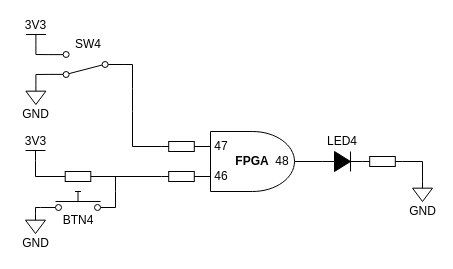
Earlier version of the draw.io diagram page "与门_实际" (8 of 12) of 多功能数字钟_实验指导书.drawio (zeandon/draw.io). Source tidied: cells renumbered, new cells numbered last; positions are measured from the earlier drawing's top-left corner, leaving out a move shared by most shapes. Both pictures are drawn from the tidied source at 100%, with x=0, y=0 at pixel (25, 29).
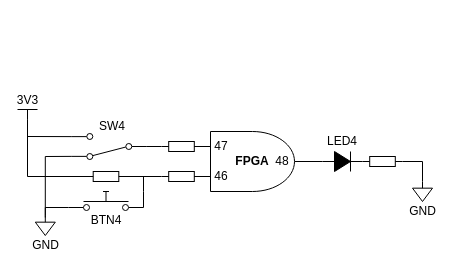
After the change.

Unchanged cells that the change refers to:
```xml
<mxCell id="18" style="verticalLabelPosition=bottom;shadow=0;dashed=0;align=center;html=1;verticalAlign=top;shape=mxgraph.electrical.resistors.resistor_1;" parent="1" vertex="1">
  <mxGeometry x="136" y="112" width="40" height="10" as="geometry" />
</mxCell>
```

Change to the diagram source:
```diff
@@
     <mxCell id="3" style="html=1;shape=mxgraph.electrical.electro-mechanical.twoWaySwitch;elSwitchState=2;rotation=-180;" parent="1" vertex="1">
-      <mxGeometry x="22.6" y="22" width="75" height="26" as="geometry" />
+      <mxGeometry x="46.3" y="104" width="75" height="26" as="geometry" />
     </mxCell>
@@
     <mxCell id="7" value=" " style="html=1;shape=mxgraph.electrical.electro-mechanical.pushbutton;elSwitchState=off;shadow=0;dashed=0;strokeColor=default;align=center;verticalAlign=top;fontFamily=Helvetica;fontSize=12;fontColor=default;fillColor=default;" parent="1" vertex="1">
-      <mxGeometry x="15" y="162" width="75" height="20" as="geometry" />
+      <mxGeometry x="43" y="162" width="75" height="20" as="geometry" />
     </mxCell>
@@
     <mxCell id="10" style="endArrow=none;html=1;rounded=0;fontFamily=Helvetica;fontSize=12;fontColor=default;entryX=0;entryY=0.75;entryDx=0;entryDy=0;entryPerimeter=0;exitX=1;exitY=0.8;exitDx=0;exitDy=0;" parent="1" edge="1" source="7">
       <mxGeometry relative="1" as="geometry">
-        <mxPoint x="105" y="147" as="targetPoint" />
+        <mxPoint x="133" y="147" as="targetPoint" />
         <Array as="points">
-          <mxPoint x="90" y="162" />
-          <mxPoint x="90" y="147" />
+          <mxPoint x="118" y="162" />
+          <mxPoint x="118" y="147" />
         </Array>
       </mxGeometry>
     </mxCell>
     <mxCell id="11" style="verticalLabelPosition=bottom;shadow=0;dashed=0;align=center;html=1;verticalAlign=top;shape=mxgraph.electrical.resistors.resistor_1;" parent="1" vertex="1">
-      <mxGeometry x="32.5" y="142" width="40" height="10" as="geometry" />
+      <mxGeometry x="60.5" y="142" width="40" height="10" as="geometry" />
     </mxCell>
@@
-    <mxCell id="13" style="endArrow=none;html=1;rounded=0;fontFamily=Helvetica;fontSize=12;fontColor=default;entryX=0;entryY=0.5;entryDx=0;entryDy=0;entryPerimeter=0;" parent="1" edge="1" target="11">
+    <mxCell id="13" style="endArrow=none;html=1;rounded=0;fontFamily=Helvetica;fontSize=12;fontColor=default;entryX=0;entryY=0.5;entryDx=0;entryDy=0;entryPerimeter=0;exitX=0.5;exitY=0;exitDx=0;exitDy=0;exitPerimeter=0;" parent="1" edge="1" source="21" target="11">
       <mxGeometry relative="1" as="geometry">
-        <mxPoint x="15" y="147" as="sourcePoint" />
+        <Array as="points">
+          <mxPoint x="2" y="147" />
+        </Array>
       </mxGeometry>
     </mxCell>
@@
-    <mxCell id="19" style="endArrow=none;html=1;rounded=0;fontFamily=Helvetica;fontSize=12;fontColor=default;entryX=0;entryY=0.5;entryDx=0;entryDy=0;entryPerimeter=0;exitX=0;exitY=0.5;exitDx=0;exitDy=0;" parent="1" edge="1" source="3" target="18">
-      <mxGeometry relative="1" as="geometry">
-        <Array as="points">
-          <mxPoint x="107" y="35" />
-          <mxPoint x="107" y="59" />
-          <mxPoint x="107" y="82" />
-          <mxPoint x="107" y="117" />
-        </Array>
-      </mxGeometry>
-    </mxCell>
-    <mxCell id="20" value="GND" style="verticalLabelPosition=bottom;shadow=0;dashed=0;align=center;html=1;verticalAlign=middle;shape=mxgraph.electrical.signal_sources.signal_ground;strokeColor=default;fontFamily=Helvetica;fontSize=12;fontColor=default;fillColor=default;" parent="1" vertex="1">
-      <mxGeometry x="0.4" y="55" width="20" height="20" as="geometry" />
-    </mxCell>
     <mxCell id="21" value="3V3" style="verticalLabelPosition=top;verticalAlign=bottom;shape=mxgraph.electrical.signal_sources.vdd;shadow=0;dashed=0;align=center;strokeWidth=1;fontSize=12;html=1;flipV=1;legacyAnchorPoints=0;strokeColor=default;fontFamily=Helvetica;fontColor=default;fillColor=default;" parent="1" vertex="1">
-      <mxGeometry x="0.4" y="5" width="20" height="10" as="geometry" />
+      <mxGeometry x="-8" y="80" width="20" height="10" as="geometry" />
     </mxCell>
     <mxCell id="22" style="endArrow=none;html=1;rounded=0;fontFamily=Helvetica;fontSize=12;fontColor=default;exitX=0.5;exitY=0;exitDx=0;exitDy=0;exitPerimeter=0;entryX=1;entryY=0.88;entryDx=0;entryDy=0;" parent="1" edge="1" source="21" target="3">
       <mxGeometry relative="1" as="geometry">
         <Array as="points">
-          <mxPoint x="10.4" y="25" />
+          <mxPoint x="2" y="107" />
         </Array>
       </mxGeometry>
     </mxCell>
-    <mxCell id="23" style="endArrow=none;html=1;rounded=0;fontFamily=Helvetica;fontSize=12;fontColor=default;exitX=0.5;exitY=0;exitDx=0;exitDy=0;exitPerimeter=0;entryX=1;entryY=0.12;entryDx=0;entryDy=0;" parent="1" edge="1" source="20" target="3">
+    <mxCell id="23" style="endArrow=none;html=1;rounded=0;fontFamily=Helvetica;fontSize=12;fontColor=default;entryX=1;entryY=0.12;entryDx=0;entryDy=0;" parent="1" edge="1" target="3">
       <mxGeometry relative="1" as="geometry">
+        <mxPoint x="19.8" y="188" as="sourcePoint" />
         <Array as="points">
-          <mxPoint x="10.4" y="45" />
+          <mxPoint x="19.8" y="127" />
         </Array>
       </mxGeometry>
     </mxCell>
     <mxCell id="24" value="SW4" style="text;html=1;whiteSpace=wrap;strokeColor=none;fillColor=none;align=center;verticalAlign=middle;rounded=0;fontFamily=Helvetica;fontSize=12;fontColor=default;" parent="1" vertex="1">
-      <mxGeometry x="37.9" width="50" height="30" as="geometry" />
+      <mxGeometry x="61.5" y="82" width="50" height="30" as="geometry" />
     </mxCell>
@@
     <mxCell id="26" value="BTN4" style="text;html=1;whiteSpace=wrap;strokeColor=none;fillColor=none;align=center;verticalAlign=middle;rounded=0;fontFamily=Helvetica;fontSize=12;fontColor=default;" parent="1" vertex="1">
-      <mxGeometry x="27.5" y="176" width="50" height="30" as="geometry" />
+      <mxGeometry x="55.5" y="176" width="50" height="30" as="geometry" />
     </mxCell>
     <mxCell id="27" value="GND" style="verticalLabelPosition=bottom;shadow=0;dashed=0;align=center;html=1;verticalAlign=middle;shape=mxgraph.electrical.signal_sources.signal_ground;strokeColor=default;fontFamily=Helvetica;fontSize=12;fontColor=default;fillColor=default;" parent="1" vertex="1">
-      <mxGeometry y="184" width="20" height="20" as="geometry" />
+      <mxGeometry x="9.8" y="186" width="20" height="20" as="geometry" />
     </mxCell>
     <mxCell id="28" style="endArrow=none;html=1;rounded=0;fontFamily=Helvetica;fontSize=12;fontColor=default;exitX=0.5;exitY=0;exitDx=0;exitDy=0;exitPerimeter=0;entryX=0;entryY=0.8;entryDx=0;entryDy=0;" parent="1" edge="1" source="27" target="7">
       <mxGeometry relative="1" as="geometry">
         <Array as="points">
-          <mxPoint x="10" y="178" />
+          <mxPoint x="19.8" y="178" />
         </Array>
       </mxGeometry>
     </mxCell>
-    <mxCell id="29" value="3V3" style="verticalLabelPosition=top;verticalAlign=bottom;shape=mxgraph.electrical.signal_sources.vdd;shadow=0;dashed=0;align=center;strokeWidth=1;fontSize=12;html=1;flipV=1;legacyAnchorPoints=0;strokeColor=default;fontFamily=Helvetica;fontColor=default;fillColor=default;" parent="1" vertex="1">
-      <mxGeometry y="121" width="20" height="10" as="geometry" />
-    </mxCell>
-    <mxCell id="30" style="endArrow=none;html=1;rounded=0;fontFamily=Helvetica;fontSize=12;fontColor=default;exitX=0.5;exitY=0;exitDx=0;exitDy=0;exitPerimeter=0;entryX=0;entryY=0.5;entryDx=0;entryDy=0;entryPerimeter=0;" parent="1" edge="1" source="29" target="11">
-      <mxGeometry relative="1" as="geometry">
-        <Array as="points">
-          <mxPoint x="10" y="147" />
-        </Array>
-      </mxGeometry>
-    </mxCell>
@@
+    <mxCell id="19" style="endArrow=none;html=1;rounded=0;fontFamily=Helvetica;fontSize=12;fontColor=default;exitX=0;exitY=0.5;exitDx=0;exitDy=0;entryX=0;entryY=0.5;entryDx=0;entryDy=0;entryPerimeter=0;" parent="1" edge="1" source="3" target="18">
+      <mxGeometry relative="1" as="geometry" />
+    </mxCell>
```
